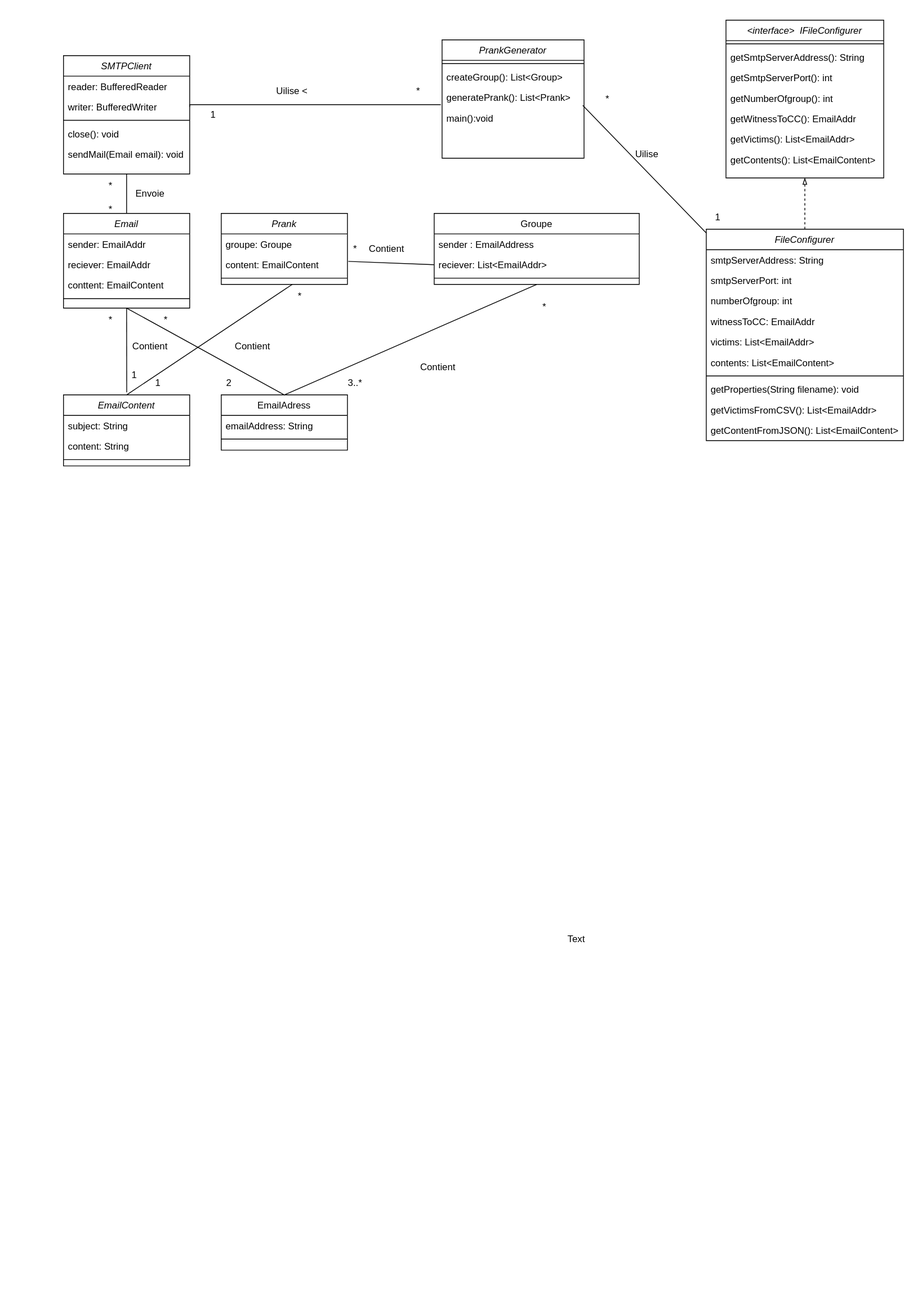
The draw.io diagram figures/DiagrammeClasse.svg in Bastien18/DAI-2022-SMTP-Classe-B, before a commit. Source tidied: cells renumbered, new cells last; positions are measured from the earlier drawing's top-left corner, leaving out a move shared by most shapes. The source it was exported from:
```xml
<mxGraphModel>
  <root>
    <mxCell id="0" />
    <mxCell id="1" parent="0" />
    <mxCell id="2" value="SMTPClient" style="swimlane;fontStyle=2;align=center;verticalAlign=top;horizontal=1;startSize=26;rounded=0;shadow=0;strokeWidth=1;" parent="1" vertex="1">
      <mxGeometry y="45" width="160" height="150" as="geometry" />
    </mxCell>
    <mxCell id="3" value="reader: BufferedReader" style="text;align=left;verticalAlign=top;spacingLeft=4;spacingRight=4;overflow=hidden;" parent="2" vertex="1">
      <mxGeometry y="26" width="160" height="26" as="geometry" />
    </mxCell>
    <mxCell id="4" value="writer: BufferedWriter" style="text;align=left;verticalAlign=top;spacingLeft=4;spacingRight=4;overflow=hidden;points=[[0,0.5],[1,0.5]];portConstraint=eastwest;rounded=0;shadow=0;html=0;" parent="2" vertex="1">
      <mxGeometry y="52" width="160" height="26" as="geometry" />
    </mxCell>
    <mxCell id="5" style="line;html=1;strokeWidth=1;align=left;verticalAlign=middle;spacingTop=-1;spacingLeft=3;spacingRight=3;labelPosition=right;" parent="2" vertex="1">
      <mxGeometry y="78" width="160" height="8" as="geometry" />
    </mxCell>
    <mxCell id="6" value="close(): void" style="text;align=left;verticalAlign=top;spacingLeft=4;spacingRight=4;overflow=hidden;" parent="2" vertex="1">
      <mxGeometry y="86" width="160" height="26" as="geometry" />
    </mxCell>
    <mxCell id="7" value="sendMail(Email email): void" style="text;align=left;verticalAlign=top;spacingLeft=4;spacingRight=4;overflow=hidden;" parent="2" vertex="1">
      <mxGeometry y="112" width="160" height="26" as="geometry" />
    </mxCell>
    <mxCell id="8" value="EmailAdress" style="swimlane;fontStyle=0;align=center;verticalAlign=top;horizontal=1;startSize=26;rounded=0;shadow=0;strokeWidth=1;" parent="1" vertex="1">
      <mxGeometry x="200" y="475" width="160" height="70" as="geometry" />
    </mxCell>
    <mxCell id="9" value="emailAddress: String" style="text;align=left;verticalAlign=top;spacingLeft=4;spacingRight=4;overflow=hidden;" parent="8" vertex="1">
      <mxGeometry y="26" width="160" height="26" as="geometry" />
    </mxCell>
    <mxCell id="10" style="line;html=1;strokeWidth=1;align=left;verticalAlign=middle;spacingTop=-1;spacingLeft=3;spacingRight=3;labelPosition=right;" parent="8" vertex="1">
      <mxGeometry y="52" width="160" height="8" as="geometry" />
    </mxCell>
    <mxCell id="11" value="Groupe" style="swimlane;fontStyle=0;align=center;verticalAlign=top;horizontal=1;startSize=26;rounded=0;shadow=0;strokeWidth=1;" parent="1" vertex="1">
      <mxGeometry x="470" y="245" width="260" height="90" as="geometry" />
    </mxCell>
    <mxCell id="12" value="sender : EmailAddress" style="text;align=left;verticalAlign=top;spacingLeft=4;spacingRight=4;overflow=hidden;" parent="11" vertex="1">
      <mxGeometry y="26" width="260" height="26" as="geometry" />
    </mxCell>
    <mxCell id="13" value="reciever: List&lt;EmailAddr&gt;" style="text;align=left;verticalAlign=top;spacingLeft=4;spacingRight=4;overflow=hidden;points=[[0,0.5],[1,0.5]];portConstraint=eastwest;" parent="11" vertex="1">
      <mxGeometry y="52" width="260" height="26" as="geometry" />
    </mxCell>
    <mxCell id="14" style="line;html=1;strokeWidth=1;align=left;verticalAlign=middle;spacingTop=-1;spacingLeft=3;spacingRight=3;labelPosition=right;" parent="11" vertex="1">
      <mxGeometry y="78" width="260" height="8" as="geometry" />
    </mxCell>
    <mxCell id="15" value="Email" style="swimlane;fontStyle=2;align=center;verticalAlign=top;horizontal=1;startSize=26;rounded=0;shadow=0;strokeWidth=1;" parent="1" vertex="1">
      <mxGeometry y="245" width="160" height="120" as="geometry" />
    </mxCell>
    <mxCell id="16" value="sender: EmailAddr" style="text;align=left;verticalAlign=top;spacingLeft=4;spacingRight=4;overflow=hidden;" parent="15" vertex="1">
      <mxGeometry y="26" width="160" height="26" as="geometry" />
    </mxCell>
    <mxCell id="17" value="reciever: EmailAddr" style="text;align=left;verticalAlign=top;spacingLeft=4;spacingRight=4;overflow=hidden;" parent="15" vertex="1">
      <mxGeometry y="52" width="160" height="26" as="geometry" />
    </mxCell>
    <mxCell id="18" value="conttent: EmailContent" style="text;align=left;verticalAlign=top;spacingLeft=4;spacingRight=4;overflow=hidden;rounded=0;shadow=0;html=0;" parent="15" vertex="1">
      <mxGeometry y="78" width="160" height="26" as="geometry" />
    </mxCell>
    <mxCell id="19" style="line;html=1;strokeWidth=1;align=left;verticalAlign=middle;spacingTop=-1;spacingLeft=3;spacingRight=3;labelPosition=right;" parent="15" vertex="1">
      <mxGeometry y="104" width="160" height="8" as="geometry" />
    </mxCell>
    <mxCell id="20" value="EmailContent" style="swimlane;fontStyle=2;align=center;verticalAlign=top;horizontal=1;startSize=26;rounded=0;shadow=0;strokeWidth=1;" parent="1" vertex="1">
      <mxGeometry y="475" width="160" height="90" as="geometry" />
    </mxCell>
    <mxCell id="21" value="subject: String" style="text;align=left;verticalAlign=top;spacingLeft=4;spacingRight=4;overflow=hidden;" parent="20" vertex="1">
      <mxGeometry y="26" width="160" height="26" as="geometry" />
    </mxCell>
    <mxCell id="22" value="content: String" style="text;align=left;verticalAlign=top;spacingLeft=4;spacingRight=4;overflow=hidden;rounded=0;shadow=0;html=0;" parent="20" vertex="1">
      <mxGeometry y="52" width="160" height="26" as="geometry" />
    </mxCell>
    <mxCell id="23" style="line;html=1;strokeWidth=1;align=left;verticalAlign=middle;spacingTop=-1;spacingLeft=3;spacingRight=3;labelPosition=right;" parent="20" vertex="1">
      <mxGeometry y="78" width="160" height="8" as="geometry" />
    </mxCell>
    <mxCell id="24" value="Prank" style="swimlane;fontStyle=2;align=center;verticalAlign=top;horizontal=1;startSize=26;rounded=0;shadow=0;strokeWidth=1;" parent="1" vertex="1">
      <mxGeometry x="200" y="245" width="160" height="90" as="geometry" />
    </mxCell>
    <mxCell id="25" value="groupe: Groupe" style="text;align=left;verticalAlign=top;spacingLeft=4;spacingRight=4;overflow=hidden;" parent="24" vertex="1">
      <mxGeometry y="26" width="160" height="26" as="geometry" />
    </mxCell>
    <mxCell id="26" value="content: EmailContent" style="text;align=left;verticalAlign=top;spacingLeft=4;spacingRight=4;overflow=hidden;points=[[0,0.5],[1,0.5]];portConstraint=eastwest;rounded=0;shadow=0;html=0;" parent="24" vertex="1">
      <mxGeometry y="52" width="160" height="26" as="geometry" />
    </mxCell>
    <mxCell id="27" style="line;html=1;strokeWidth=1;align=left;verticalAlign=middle;spacingTop=-1;spacingLeft=3;spacingRight=3;labelPosition=right;" parent="24" vertex="1">
      <mxGeometry y="78" width="160" height="8" as="geometry" />
    </mxCell>
    <mxCell id="28" value="PrankGenerator" style="swimlane;fontStyle=2;align=center;verticalAlign=top;horizontal=1;startSize=26;rounded=0;shadow=0;strokeWidth=1;" parent="1" vertex="1">
      <mxGeometry x="480" y="25" width="180" height="150" as="geometry" />
    </mxCell>
    <mxCell id="29" style="line;html=1;strokeWidth=1;align=left;verticalAlign=middle;spacingTop=-1;spacingLeft=3;spacingRight=3;labelPosition=right;" parent="28" vertex="1">
      <mxGeometry y="26" width="180" height="8" as="geometry" />
    </mxCell>
    <mxCell id="30" value="createGroup(): List&lt;Group&gt;" style="text;align=left;verticalAlign=top;spacingLeft=4;spacingRight=4;overflow=hidden;" parent="28" vertex="1">
      <mxGeometry y="34" width="180" height="26" as="geometry" />
    </mxCell>
    <mxCell id="31" value="generatePrank(): List&lt;Prank&gt;" style="text;align=left;verticalAlign=top;spacingLeft=4;spacingRight=4;overflow=hidden;points=[[0,0.5],[1,0.5]];portConstraint=eastwest;" parent="28" vertex="1">
      <mxGeometry y="60" width="180" height="26" as="geometry" />
    </mxCell>
    <mxCell id="32" value="main():void" style="text;align=left;verticalAlign=top;spacingLeft=4;spacingRight=4;overflow=hidden;points=[[0,0.5],[1,0.5]];portConstraint=eastwest;" parent="28" vertex="1">
      <mxGeometry y="86" width="180" height="26" as="geometry" />
    </mxCell>
    <mxCell id="33" value="&lt;interface&gt;  IFileConfigurer" style="swimlane;fontStyle=2;align=center;verticalAlign=top;horizontal=1;startSize=26;rounded=0;shadow=0;strokeWidth=1;" parent="1" vertex="1">
      <mxGeometry x="840" width="200" height="200" as="geometry" />
    </mxCell>
    <mxCell id="34" style="line;html=1;strokeWidth=1;align=left;verticalAlign=middle;spacingTop=-1;spacingLeft=3;spacingRight=3;labelPosition=right;" parent="33" vertex="1">
      <mxGeometry y="26" width="200" height="8" as="geometry" />
    </mxCell>
    <mxCell id="35" value="getSmtpServerAddress(): String&#10;" style="text;align=left;verticalAlign=top;spacingLeft=4;spacingRight=4;overflow=hidden;" parent="33" vertex="1">
      <mxGeometry y="34" width="200" height="26" as="geometry" />
    </mxCell>
    <mxCell id="36" value="getSmtpServerPort(): int" style="text;align=left;verticalAlign=top;spacingLeft=4;spacingRight=4;overflow=hidden;" parent="33" vertex="1">
      <mxGeometry y="60" width="200" height="26" as="geometry" />
    </mxCell>
    <mxCell id="37" value="getNumberOfgroup(): int" style="text;align=left;verticalAlign=top;spacingLeft=4;spacingRight=4;overflow=hidden;" parent="33" vertex="1">
      <mxGeometry y="86" width="200" height="26" as="geometry" />
    </mxCell>
    <mxCell id="38" value="getWitnessToCC(): EmailAddr" style="text;align=left;verticalAlign=top;spacingLeft=4;spacingRight=4;overflow=hidden;" parent="33" vertex="1">
      <mxGeometry y="112" width="200" height="26" as="geometry" />
    </mxCell>
    <mxCell id="39" value="getVictims(): List&lt;EmailAddr&gt;" style="text;align=left;verticalAlign=top;spacingLeft=4;spacingRight=4;overflow=hidden;" parent="33" vertex="1">
      <mxGeometry y="138" width="200" height="26" as="geometry" />
    </mxCell>
    <mxCell id="40" value="getContents(): List&lt;EmailContent&gt;" style="text;align=left;verticalAlign=top;spacingLeft=4;spacingRight=4;overflow=hidden;" parent="33" vertex="1">
      <mxGeometry y="164" width="200" height="26" as="geometry" />
    </mxCell>
    <mxCell id="41" style="edgeStyle=orthogonalEdgeStyle;rounded=0;jettySize=auto;html=1;entryX=0.5;entryY=1;entryDx=0;entryDy=0;dashed=1;endArrow=blockThin;endFill=0;" parent="1" edge="1" source="42" target="33">
      <mxGeometry relative="1" as="geometry" />
    </mxCell>
    <mxCell id="42" value="FileConfigurer" style="swimlane;fontStyle=2;align=center;verticalAlign=top;horizontal=1;startSize=26;rounded=0;shadow=0;strokeWidth=1;" parent="1" vertex="1">
      <mxGeometry x="815" y="265" width="250" height="268" as="geometry" />
    </mxCell>
    <mxCell id="43" value="smtpServerAddress: String" style="text;align=left;verticalAlign=top;spacingLeft=4;spacingRight=4;overflow=hidden;" parent="42" vertex="1">
      <mxGeometry y="26" width="250" height="26" as="geometry" />
    </mxCell>
    <mxCell id="44" value="smtpServerPort: int&#10;&#10;" style="text;align=left;verticalAlign=top;spacingLeft=4;spacingRight=4;overflow=hidden;" parent="42" vertex="1">
      <mxGeometry y="52" width="250" height="26" as="geometry" />
    </mxCell>
    <mxCell id="45" value=" numberOfgroup: int&#10;" style="text;align=left;verticalAlign=top;spacingLeft=4;spacingRight=4;overflow=hidden;" parent="42" vertex="1">
      <mxGeometry y="78" width="250" height="26" as="geometry" />
    </mxCell>
    <mxCell id="46" value="witnessToCC: EmailAddr" style="text;align=left;verticalAlign=top;spacingLeft=4;spacingRight=4;overflow=hidden;rounded=0;shadow=0;html=0;" parent="42" vertex="1">
      <mxGeometry y="104" width="250" height="26" as="geometry" />
    </mxCell>
    <mxCell id="47" value="victims: List&lt;EmailAddr&gt;" style="text;align=left;verticalAlign=top;spacingLeft=4;spacingRight=4;overflow=hidden;rounded=0;shadow=0;html=0;" parent="42" vertex="1">
      <mxGeometry y="130" width="250" height="26" as="geometry" />
    </mxCell>
    <mxCell id="48" value="contents: List&lt;EmailContent&gt;" style="text;align=left;verticalAlign=top;spacingLeft=4;spacingRight=4;overflow=hidden;rounded=0;shadow=0;html=0;" parent="42" vertex="1">
      <mxGeometry y="156" width="250" height="26" as="geometry" />
    </mxCell>
    <mxCell id="49" style="line;html=1;strokeWidth=1;align=left;verticalAlign=middle;spacingTop=-1;spacingLeft=3;spacingRight=3;labelPosition=right;" parent="42" vertex="1">
      <mxGeometry y="182" width="250" height="8" as="geometry" />
    </mxCell>
    <mxCell id="50" value="getProperties(String filename): void" style="text;align=left;verticalAlign=top;spacingLeft=4;spacingRight=4;overflow=hidden;" parent="42" vertex="1">
      <mxGeometry y="190" width="250" height="26" as="geometry" />
    </mxCell>
    <mxCell id="51" value="getVictimsFromCSV(): List&lt;EmailAddr&gt;" style="text;align=left;verticalAlign=top;spacingLeft=4;spacingRight=4;overflow=hidden;" parent="42" vertex="1">
      <mxGeometry y="216" width="250" height="26" as="geometry" />
    </mxCell>
    <mxCell id="52" value="getContentFromJSON(): List&lt;EmailContent&gt;" style="text;align=left;verticalAlign=top;spacingLeft=4;spacingRight=4;overflow=hidden;" parent="42" vertex="1">
      <mxGeometry y="242" width="250" height="26" as="geometry" />
    </mxCell>
    <mxCell id="53" value="Text" style="text;html=1;align=center;verticalAlign=middle;fillColor=none;strokeColor=none;rounded=0;" parent="1" vertex="1">
      <mxGeometry x="625" y="1150" width="50" height="30" as="geometry" />
    </mxCell>
    <mxCell id="54" style="endArrow=none;html=1;rounded=0;entryX=0.5;entryY=1;entryDx=0;entryDy=0;exitX=0.5;exitY=0;exitDx=0;exitDy=0;" parent="1" edge="1" source="15" target="2">
      <mxGeometry relative="1" as="geometry" />
    </mxCell>
    <mxCell id="55" value="Envoie" style="text;html=1;strokeColor=none;fillColor=none;align=center;verticalAlign=middle;whiteSpace=wrap;rounded=0;" parent="1" vertex="1">
      <mxGeometry x="80" y="205" width="60" height="30" as="geometry" />
    </mxCell>
    <mxCell id="56" style="endArrow=none;html=1;rounded=0;exitX=0.5;exitY=0;exitDx=0;exitDy=0;entryX=0.5;entryY=1;entryDx=0;entryDy=0;" parent="1" edge="1" source="8" target="15">
      <mxGeometry relative="1" as="geometry" />
    </mxCell>
    <mxCell id="57" style="endArrow=none;html=1;rounded=0;exitX=0.501;exitY=-0.037;exitDx=0;exitDy=0;exitPerimeter=0;entryX=0.5;entryY=1;entryDx=0;entryDy=0;" parent="1" edge="1" source="20" target="15">
      <mxGeometry relative="1" as="geometry" />
    </mxCell>
    <mxCell id="58" value="Contient" style="text;html=1;strokeColor=none;fillColor=none;align=center;verticalAlign=middle;whiteSpace=wrap;rounded=0;" parent="1" vertex="1">
      <mxGeometry x="80" y="399" width="60" height="30" as="geometry" />
    </mxCell>
    <mxCell id="59" value="Contient" style="text;html=1;strokeColor=none;fillColor=none;align=center;verticalAlign=middle;whiteSpace=wrap;rounded=0;" parent="1" vertex="1">
      <mxGeometry x="210" y="399" width="60" height="30" as="geometry" />
    </mxCell>
    <mxCell id="60" style="endArrow=none;html=1;rounded=0;exitX=0.5;exitY=0;exitDx=0;exitDy=0;" parent="1" edge="1" source="20">
      <mxGeometry relative="1" as="geometry">
        <mxPoint x="290" y="335" as="targetPoint" />
      </mxGeometry>
    </mxCell>
    <mxCell id="61" style="endArrow=none;html=1;rounded=0;exitX=0.5;exitY=0;exitDx=0;exitDy=0;entryX=0.5;entryY=1;entryDx=0;entryDy=0;" parent="1" edge="1" source="8" target="11">
      <mxGeometry relative="1" as="geometry" />
    </mxCell>
    <mxCell id="62" value="Contient" style="text;html=1;strokeColor=none;fillColor=none;align=center;verticalAlign=middle;whiteSpace=wrap;rounded=0;" parent="1" vertex="1">
      <mxGeometry x="445" y="425" width="60" height="30" as="geometry" />
    </mxCell>
    <mxCell id="63" style="endArrow=none;html=1;rounded=0;entryX=0;entryY=0.5;entryDx=0;entryDy=0;exitX=1.007;exitY=0.337;exitDx=0;exitDy=0;exitPerimeter=0;" parent="1" edge="1" source="26" target="13">
      <mxGeometry relative="1" as="geometry" />
    </mxCell>
    <mxCell id="64" value="Contient" style="text;html=1;strokeColor=none;fillColor=none;align=center;verticalAlign=middle;whiteSpace=wrap;rounded=0;" parent="1" vertex="1">
      <mxGeometry x="380" y="275" width="60" height="30" as="geometry" />
    </mxCell>
    <mxCell id="65" value="1" style="text;html=1;strokeColor=none;fillColor=none;align=center;verticalAlign=middle;whiteSpace=wrap;rounded=0;" parent="1" vertex="1">
      <mxGeometry x="60" y="435" width="60" height="30" as="geometry" />
    </mxCell>
    <mxCell id="66" value="1" style="text;html=1;strokeColor=none;fillColor=none;align=center;verticalAlign=middle;whiteSpace=wrap;rounded=0;" parent="1" vertex="1">
      <mxGeometry x="90" y="445" width="60" height="30" as="geometry" />
    </mxCell>
    <mxCell id="67" value="*" style="text;html=1;strokeColor=none;fillColor=none;align=center;verticalAlign=middle;whiteSpace=wrap;rounded=0;" parent="1" vertex="1">
      <mxGeometry x="30" y="365" width="60" height="30" as="geometry" />
    </mxCell>
    <mxCell id="68" value="*" style="text;html=1;strokeColor=none;fillColor=none;align=center;verticalAlign=middle;whiteSpace=wrap;rounded=0;" parent="1" vertex="1">
      <mxGeometry x="100" y="365" width="60" height="30" as="geometry" />
    </mxCell>
    <mxCell id="69" value="*" style="text;html=1;strokeColor=none;fillColor=none;align=center;verticalAlign=middle;whiteSpace=wrap;rounded=0;" parent="1" vertex="1">
      <mxGeometry x="270" y="335" width="60" height="30" as="geometry" />
    </mxCell>
    <mxCell id="70" value="*" style="text;html=1;strokeColor=none;fillColor=none;align=center;verticalAlign=middle;whiteSpace=wrap;rounded=0;" parent="1" vertex="1">
      <mxGeometry x="580" y="349" width="60" height="30" as="geometry" />
    </mxCell>
    <mxCell id="71" value="*" style="text;html=1;strokeColor=none;fillColor=none;align=center;verticalAlign=middle;whiteSpace=wrap;rounded=0;" parent="1" vertex="1">
      <mxGeometry x="340" y="275" width="60" height="30" as="geometry" />
    </mxCell>
    <mxCell id="72" value="2" style="text;html=1;strokeColor=none;fillColor=none;align=center;verticalAlign=middle;whiteSpace=wrap;rounded=0;" parent="1" vertex="1">
      <mxGeometry x="180" y="445" width="60" height="30" as="geometry" />
    </mxCell>
    <mxCell id="73" value="3..*" style="text;html=1;strokeColor=none;fillColor=none;align=center;verticalAlign=middle;whiteSpace=wrap;rounded=0;" parent="1" vertex="1">
      <mxGeometry x="340" y="445" width="60" height="30" as="geometry" />
    </mxCell>
    <mxCell id="74" value="*" style="text;html=1;strokeColor=none;fillColor=none;align=center;verticalAlign=middle;whiteSpace=wrap;rounded=0;" parent="1" vertex="1">
      <mxGeometry x="30" y="225" width="60" height="30" as="geometry" />
    </mxCell>
    <mxCell id="75" value="*" style="text;html=1;strokeColor=none;fillColor=none;align=center;verticalAlign=middle;whiteSpace=wrap;rounded=0;" parent="1" vertex="1">
      <mxGeometry x="30" y="195" width="60" height="30" as="geometry" />
    </mxCell>
    <mxCell id="76" style="endArrow=none;html=1;rounded=0;entryX=0.991;entryY=-0.115;entryDx=0;entryDy=0;entryPerimeter=0;" parent="1" edge="1" source="42" target="32">
      <mxGeometry relative="1" as="geometry" />
    </mxCell>
    <mxCell id="77" value="Uilise" style="text;html=1;strokeColor=none;fillColor=none;align=center;verticalAlign=middle;whiteSpace=wrap;rounded=0;" parent="1" vertex="1">
      <mxGeometry x="710" y="155" width="60" height="30" as="geometry" />
    </mxCell>
    <mxCell id="78" style="endArrow=none;html=1;rounded=0;entryX=-0.009;entryY=0.853;entryDx=0;entryDy=0;entryPerimeter=0;exitX=1;exitY=0.5;exitDx=0;exitDy=0;edgeStyle=orthogonalEdgeStyle;" parent="1" edge="1" source="4" target="31">
      <mxGeometry relative="1" as="geometry">
        <Array as="points">
          <mxPoint x="160" y="107" />
        </Array>
      </mxGeometry>
    </mxCell>
    <mxCell id="79" value="Uilise &amp;lt;" style="text;html=1;strokeColor=none;fillColor=none;align=center;verticalAlign=middle;whiteSpace=wrap;rounded=0;" parent="1" vertex="1">
      <mxGeometry x="260" y="75" width="60" height="30" as="geometry" />
    </mxCell>
    <mxCell id="80" value="1" style="text;html=1;strokeColor=none;fillColor=none;align=center;verticalAlign=middle;whiteSpace=wrap;rounded=0;" parent="1" vertex="1">
      <mxGeometry x="160" y="105" width="60" height="30" as="geometry" />
    </mxCell>
    <mxCell id="81" value="1" style="text;html=1;strokeColor=none;fillColor=none;align=center;verticalAlign=middle;whiteSpace=wrap;rounded=0;" parent="1" vertex="1">
      <mxGeometry x="800" y="235" width="60" height="30" as="geometry" />
    </mxCell>
    <mxCell id="82" value="*" style="text;html=1;strokeColor=none;fillColor=none;align=center;verticalAlign=middle;whiteSpace=wrap;rounded=0;" parent="1" vertex="1">
      <mxGeometry x="420" y="75" width="60" height="30" as="geometry" />
    </mxCell>
    <mxCell id="83" value="*" style="text;html=1;strokeColor=none;fillColor=none;align=center;verticalAlign=middle;whiteSpace=wrap;rounded=0;" parent="1" vertex="1">
      <mxGeometry x="660" y="85" width="60" height="30" as="geometry" />
    </mxCell>
  </root>
</mxGraphModel>
```
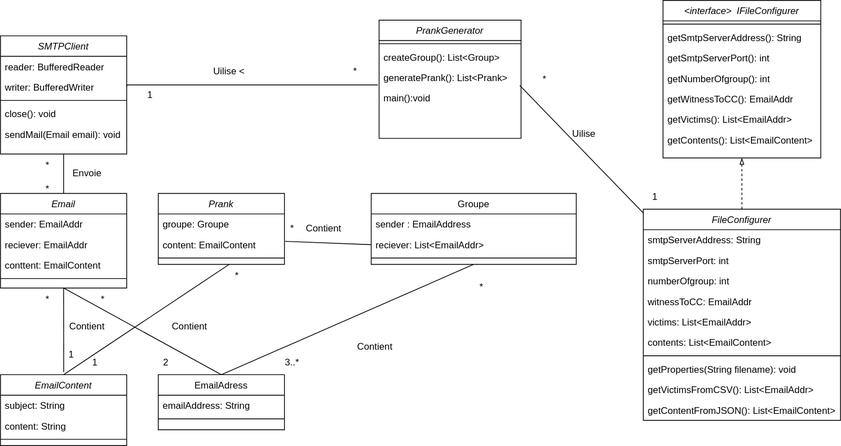
Above is the later version.

The edit, as a diff of the source:
```diff
@@ -155,9 +155,6 @@
     <mxCell id="52" value="getContentFromJSON(): List&lt;EmailContent&gt;" style="text;align=left;verticalAlign=top;spacingLeft=4;spacingRight=4;overflow=hidden;" parent="42" vertex="1">
       <mxGeometry y="242" width="250" height="26" as="geometry" />
     </mxCell>
-    <mxCell id="53" value="Text" style="text;html=1;align=center;verticalAlign=middle;fillColor=none;strokeColor=none;rounded=0;" parent="1" vertex="1">
-      <mxGeometry x="625" y="1150" width="50" height="30" as="geometry" />
-    </mxCell>
     <mxCell id="54" style="endArrow=none;html=1;rounded=0;entryX=0.5;entryY=1;entryDx=0;entryDy=0;exitX=0.5;exitY=0;exitDx=0;exitDy=0;" parent="1" edge="1" source="15" target="2">
       <mxGeometry relative="1" as="geometry" />
     </mxCell>
```
